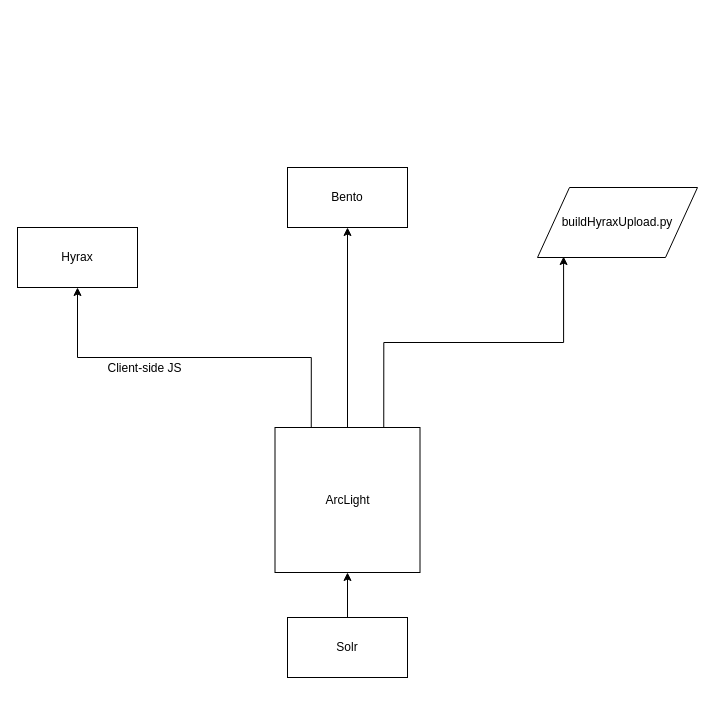
Above: ArcLight.drawio in UAlbanyArchives/diagrams (draw.io), before the change. Source tidied: cells renumbered, new cells numbered last; positions are measured from the earlier drawing's top-left corner, leaving out a move shared by most shapes. Both pictures are drawn from the tidied source at 100%, with x=0, y=0 at pixel (17, 167).
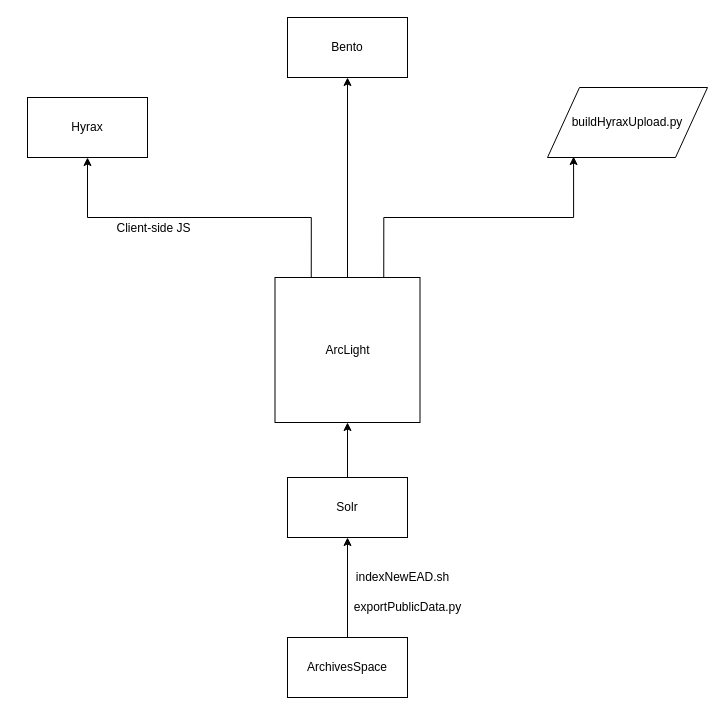
Above is the later version.

Diff of the diagram source:
```diff
@@
 <mxGraphModel>
   <root>
     <mxCell id="0" />
     <mxCell id="1" parent="0" />
     <mxCell id="2" style="edgeStyle=orthogonalEdgeStyle;rounded=0;jettySize=auto;html=1;exitX=0.25;exitY=0;exitDx=0;exitDy=0;" parent="1" edge="1" source="6" target="9">
       <mxGeometry relative="1" as="geometry" />
     </mxCell>
     <mxCell id="3" value="Client-side JS" style="text;html=1;align=center;verticalAlign=middle;labelBackgroundColor=#ffffff;" parent="2" vertex="1">
       <mxGeometry x="0.27" relative="1" as="geometry">
         <mxPoint y="10" as="offset" />
       </mxGeometry>
     </mxCell>
     <mxCell id="4" style="edgeStyle=orthogonalEdgeStyle;rounded=0;jettySize=auto;html=1;exitX=0.5;exitY=0;exitDx=0;exitDy=0;entryX=0.5;entryY=1;entryDx=0;entryDy=0;" parent="1" edge="1" source="6" target="10">
       <mxGeometry relative="1" as="geometry" />
     </mxCell>
     <mxCell id="5" style="edgeStyle=orthogonalEdgeStyle;rounded=0;jettySize=auto;html=1;exitX=0.75;exitY=0;exitDx=0;exitDy=0;entryX=0.163;entryY=0.986;entryDx=0;entryDy=0;entryPerimeter=0;" parent="1" edge="1" source="6" target="11">
       <mxGeometry relative="1" as="geometry" />
     </mxCell>
     <mxCell id="6" value="ArcLight" style="whiteSpace=wrap;html=1;" parent="1" vertex="1">
-      <mxGeometry x="257.5" y="260" width="145" height="145" as="geometry" />
+      <mxGeometry x="257.5" y="110" width="145" height="145" as="geometry" />
     </mxCell>
     <mxCell id="7" style="edgeStyle=orthogonalEdgeStyle;rounded=0;jettySize=auto;html=1;entryX=0.5;entryY=1;entryDx=0;entryDy=0;" parent="1" edge="1" source="8" target="6">
       <mxGeometry relative="1" as="geometry" />
     </mxCell>
     <mxCell id="8" value="Solr" style="rounded=0;whiteSpace=wrap;html=1;" parent="1" vertex="1">
-      <mxGeometry x="270" y="450" width="120" height="60" as="geometry" />
+      <mxGeometry x="270" y="310" width="120" height="60" as="geometry" />
     </mxCell>
     <mxCell id="9" value="Hyrax" style="rounded=0;whiteSpace=wrap;html=1;" parent="1" vertex="1">
-      <mxGeometry y="60" width="120" height="60" as="geometry" />
+      <mxGeometry x="10" y="-70" width="120" height="60" as="geometry" />
     </mxCell>
     <mxCell id="10" value="Bento" style="rounded=0;whiteSpace=wrap;html=1;" parent="1" vertex="1">
-      <mxGeometry x="270" width="120" height="60" as="geometry" />
+      <mxGeometry x="270" y="-150" width="120" height="60" as="geometry" />
     </mxCell>
     <mxCell id="11" value="buildHyraxUpload.py" style="shape=parallelogram;perimeter=parallelogramPerimeter;whiteSpace=wrap;html=1;" parent="1" vertex="1">
-      <mxGeometry x="520" y="20" width="160" height="70" as="geometry" />
+      <mxGeometry x="530" y="-80" width="160" height="70" as="geometry" />
     </mxCell>
+    <mxCell id="12" style="edgeStyle=orthogonalEdgeStyle;rounded=0;jettySize=auto;html=1;entryX=0.5;entryY=1;entryDx=0;entryDy=0;" parent="1" edge="1" source="13" target="8">
+      <mxGeometry relative="1" as="geometry" />
+    </mxCell>
+    <mxCell id="13" value="ArchivesSpace" style="rounded=0;whiteSpace=wrap;html=1;" parent="1" vertex="1">
+      <mxGeometry x="270" y="470" width="120" height="60" as="geometry" />
+    </mxCell>
+    <mxCell id="14" value="exportPublicData.py" style="text;html=1;align=center;verticalAlign=middle;" parent="1" vertex="1">
+      <mxGeometry x="330" y="430" width="120" height="20" as="geometry" />
+    </mxCell>
+    <mxCell id="15" value="indexNewEAD.sh" style="text;html=1;align=center;verticalAlign=middle;" parent="1" vertex="1">
+      <mxGeometry x="330" y="400" width="110" height="20" as="geometry" />
+    </mxCell>
   </root>
 </mxGraphModel>
```
